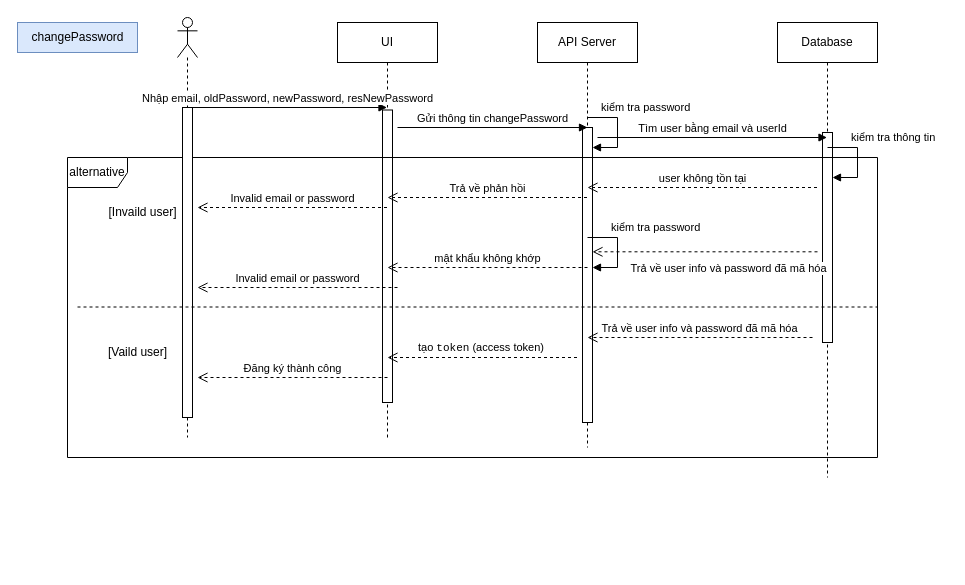
This is changPassword.drawio from letham1612/test.ithub, a draw.io file, before an edit. Source tidied: cells renumbered, new cells numbered last; positions are measured from the earlier drawing's top-left corner, leaving out a move shared by most shapes. Both pictures are drawn from the tidied source at 100%, with x=0, y=0 at pixel (17, 17).
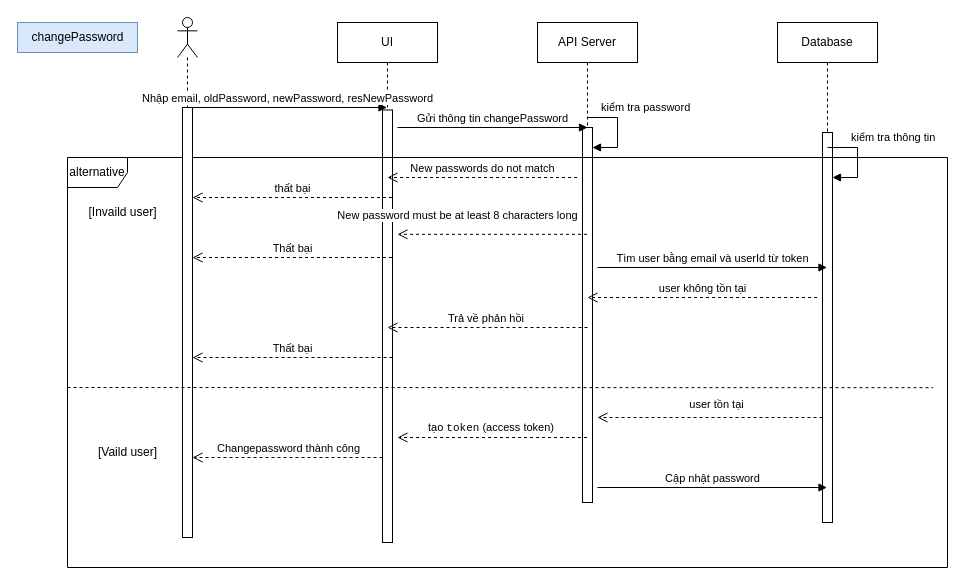
Above is the later version.

Commit message:
Cập nhật changPassword.drawio

Diff of the diagram source:
```diff
@@
     <mxCell id="4" value="UI" style="shape=umlLifeline;perimeter=lifelinePerimeter;whiteSpace=wrap;html=1;outlineConnect=0;portConstraint=eastwest;newEdgeStyle={&quot;curved&quot;:0,&quot;rounded&quot;:0};" parent="1" vertex="1">
-      <mxGeometry x="320" y="5" width="100" height="415" as="geometry" />
+      <mxGeometry x="320" y="5" width="100" height="520" as="geometry" />
     </mxCell>
     <mxCell id="5" style="html=1;perimeter=orthogonalPerimeter;targetShapes=umlLifeline;newEdgeStyle={&quot;curved&quot;:0,&quot;rounded&quot;:0};" parent="4" vertex="1">
-      <mxGeometry x="45" y="87.5" width="10" height="292.5" as="geometry" />
+      <mxGeometry x="45" y="87.5" width="10" height="432.5" as="geometry" />
     </mxCell>
     <mxCell id="6" value="API Server" style="shape=umlLifeline;perimeter=lifelinePerimeter;whiteSpace=wrap;html=1;newEdgeStyle={&quot;curved&quot;:0,&quot;rounded&quot;:0};" parent="1" vertex="1">
-      <mxGeometry x="520" y="5" width="100" height="425" as="geometry" />
+      <mxGeometry x="520" y="5" width="100" height="480" as="geometry" />
     </mxCell>
     <mxCell id="7" style="html=1;perimeter=orthogonalPerimeter;targetShapes=umlLifeline;newEdgeStyle={&quot;curved&quot;:0,&quot;rounded&quot;:0};" parent="6" vertex="1">
-      <mxGeometry x="45" y="105" width="10" height="295" as="geometry" />
+      <mxGeometry x="45" y="105" width="10" height="375" as="geometry" />
     </mxCell>
     <mxCell id="8" value="Database" style="shape=umlLifeline;perimeter=lifelinePerimeter;whiteSpace=wrap;html=1;outlineConnect=0;portConstraint=eastwest;newEdgeStyle={&quot;curved&quot;:0,&quot;rounded&quot;:0};" parent="1" vertex="1">
-      <mxGeometry x="760" y="5" width="100" height="455" as="geometry" />
+      <mxGeometry x="760" y="5" width="100" height="500" as="geometry" />
     </mxCell>
     <mxCell id="9" style="html=1;perimeter=orthogonalPerimeter;targetShapes=umlLifeline;newEdgeStyle={&quot;curved&quot;:0,&quot;rounded&quot;:0};" parent="8" vertex="1">
-      <mxGeometry x="45" y="110" width="10" height="210" as="geometry" />
+      <mxGeometry x="45" y="110" width="10" height="390" as="geometry" />
     </mxCell>
@@
     <mxCell id="12" value="alternative" style="shape=umlFrame;whiteSpace=wrap;html=1;" parent="1" vertex="1">
-      <mxGeometry x="50" y="140" width="810" height="300" as="geometry" />
+      <mxGeometry x="50" y="140" width="880" height="410" as="geometry" />
     </mxCell>
-    <mxCell id="13" value="mật khẩu không khớp" style="html=1;verticalAlign=bottom;endArrow=open;dashed=1;endSize=8;curved=0;rounded=0;" parent="1" edge="1">
+    <mxCell id="13" value="Trả về phản hồi&amp;nbsp;" style="html=1;verticalAlign=bottom;endArrow=open;dashed=1;endSize=8;curved=0;rounded=0;" parent="1" edge="1">
       <mxGeometry relative="1" as="geometry">
-        <mxPoint x="570" y="250" as="sourcePoint" />
-        <mxPoint x="370" y="250" as="targetPoint" />
+        <mxPoint x="570" y="310" as="sourcePoint" />
+        <mxPoint x="370" y="310" as="targetPoint" />
       </mxGeometry>
     </mxCell>
     <mxCell id="14" value="[Invaild user]" style="text;html=1;align=center;verticalAlign=middle;strokeColor=none;fillColor=none;" parent="1" vertex="1">
-      <mxGeometry x="80" y="180" width="90" height="30" as="geometry" />
+      <mxGeometry x="60" y="180" width="90" height="30" as="geometry" />
     </mxCell>
     <mxCell id="15" value="[Vaild user]" style="text;html=1;align=center;verticalAlign=middle;strokeColor=none;fillColor=none;" parent="1" vertex="1">
-      <mxGeometry x="80" y="320" width="80" height="30" as="geometry" />
+      <mxGeometry x="70" y="420" width="80" height="30" as="geometry" />
     </mxCell>
     <mxCell id="16" value="tạo &lt;code&gt;token&lt;/code&gt; (access token)&amp;nbsp;" style="html=1;verticalAlign=bottom;endArrow=open;dashed=1;endSize=8;curved=0;rounded=0;" parent="1" edge="1">
       <mxGeometry relative="1" as="geometry">
-        <mxPoint x="559.5" y="340" as="sourcePoint" />
-        <mxPoint x="370" y="340" as="targetPoint" />
+        <mxPoint x="569.5" y="420" as="sourcePoint" />
+        <mxPoint x="380" y="420" as="targetPoint" />
       </mxGeometry>
     </mxCell>
-    <mxCell id="17" value="Invalid email or password" style="html=1;verticalAlign=bottom;endArrow=open;dashed=1;endSize=8;curved=0;rounded=0;" parent="1" edge="1">
+    <mxCell id="17" value="Thất bại" style="html=1;verticalAlign=bottom;endArrow=open;dashed=1;endSize=8;curved=0;rounded=0;" parent="1" edge="1">
       <mxGeometry relative="1" as="geometry">
-        <mxPoint x="380" y="270" as="sourcePoint" />
-        <mxPoint x="180" y="270" as="targetPoint" />
+        <mxPoint x="375" y="340" as="sourcePoint" />
+        <mxPoint x="175" y="340" as="targetPoint" />
       </mxGeometry>
     </mxCell>
-    <mxCell id="18" value="Đăng ký thành công" style="html=1;verticalAlign=bottom;endArrow=open;dashed=1;endSize=8;curved=0;rounded=0;" parent="1" edge="1">
+    <mxCell id="18" value="Changepassword thành công" style="html=1;verticalAlign=bottom;endArrow=open;dashed=1;endSize=8;curved=0;rounded=0;" parent="1" edge="1">
       <mxGeometry relative="1" as="geometry">
-        <mxPoint x="370" y="360" as="sourcePoint" />
-        <mxPoint x="180" y="360" as="targetPoint" />
+        <mxPoint x="365" y="440" as="sourcePoint" />
+        <mxPoint x="175" y="440" as="targetPoint" />
+        <mxPoint x="1" as="offset" />
       </mxGeometry>
     </mxCell>
@@
-    <mxCell id="20" value="Trả về phản hồi" style="html=1;verticalAlign=bottom;endArrow=open;dashed=1;endSize=8;curved=0;rounded=0;" parent="1" edge="1">
+    <mxCell id="20" value="thất bại" style="html=1;verticalAlign=bottom;endArrow=open;dashed=1;endSize=8;curved=0;rounded=0;" parent="1" edge="1">
       <mxGeometry relative="1" as="geometry">
-        <mxPoint x="569.5" y="180" as="sourcePoint" />
-        <mxPoint x="370" y="180" as="targetPoint" />
+        <mxPoint x="374.5" y="180" as="sourcePoint" />
+        <mxPoint x="175" y="180" as="targetPoint" />
       </mxGeometry>
     </mxCell>
-    <mxCell id="21" value="Invalid email or password" style="html=1;verticalAlign=bottom;endArrow=open;dashed=1;endSize=8;curved=0;rounded=0;" parent="1" edge="1">
+    <mxCell id="21" value="New passwords do not match" style="html=1;verticalAlign=bottom;endArrow=open;dashed=1;endSize=8;curved=0;rounded=0;" parent="1" edge="1">
       <mxGeometry relative="1" as="geometry">
-        <mxPoint x="369.5" y="190" as="sourcePoint" />
-        <mxPoint x="180" y="190" as="targetPoint" />
+        <mxPoint x="559.5" y="160" as="sourcePoint" />
+        <mxPoint x="370" y="160" as="targetPoint" />
       </mxGeometry>
     </mxCell>
-    <mxCell id="22" value="&lt;span class=&quot;hljs-selector-tag&quot;&gt;Tr&lt;/span&gt;ả &lt;span class=&quot;hljs-selector-tag&quot;&gt;v&lt;/span&gt;ề &lt;span class=&quot;hljs-selector-tag&quot;&gt;user&lt;/span&gt; &lt;span class=&quot;hljs-selector-tag&quot;&gt;info&lt;/span&gt; &lt;span class=&quot;hljs-selector-tag&quot;&gt;v&lt;/span&gt;à &lt;span class=&quot;hljs-selector-tag&quot;&gt;password&lt;/span&gt; đã &lt;span class=&quot;hljs-selector-tag&quot;&gt;m&lt;/span&gt;ã &lt;span class=&quot;hljs-selector-tag&quot;&gt;h&lt;/span&gt;ó&lt;span class=&quot;hljs-selector-tag&quot;&gt;a&lt;/span&gt;" style="html=1;verticalAlign=bottom;endArrow=open;dashed=1;endSize=8;curved=0;rounded=0;" parent="1" edge="1">
-      <mxGeometry x="-0.2" y="26" relative="1" as="geometry">
-        <mxPoint x="800" y="234.3" as="sourcePoint" />
-        <mxPoint x="575" y="234.3" as="targetPoint" />
-        <mxPoint x="1" as="offset" />
+    <mxCell id="22" value="user tồn tại" style="html=1;verticalAlign=bottom;endArrow=open;dashed=1;endSize=8;curved=0;rounded=0;" parent="1" edge="1">
+      <mxGeometry x="-0.07" y="-4" relative="1" as="geometry">
+        <mxPoint x="805" y="400" as="sourcePoint" />
+        <mxPoint x="580" y="400" as="targetPoint" />
+        <mxPoint x="-1" as="offset" />
       </mxGeometry>
     </mxCell>
     <mxCell id="23" style="html=1;perimeter=orthogonalPerimeter;targetShapes=umlLifeline;newEdgeStyle={&quot;curved&quot;:0,&quot;rounded&quot;:0};" parent="1" vertex="1">
-      <mxGeometry x="165" y="90" width="10" height="310" as="geometry" />
+      <mxGeometry x="165" y="90" width="10" height="430" as="geometry" />
     </mxCell>
-    <mxCell id="24" style="endArrow=none;dashed=1;html=1;rounded=0;exitX=0.005;exitY=0.601;exitDx=0;exitDy=0;exitPerimeter=0;" parent="1" edge="1">
+    <mxCell id="24" style="endArrow=none;dashed=1;html=1;rounded=0;exitX=0.005;exitY=0.601;exitDx=0;exitDy=0;exitPerimeter=0;entryX=0.995;entryY=0.537;entryDx=0;entryDy=0;entryPerimeter=0;" parent="1" edge="1">
       <mxGeometry relative="1" as="geometry">
-        <mxPoint x="60" y="289.5" as="sourcePoint" />
-        <mxPoint x="860" y="289.5" as="targetPoint" />
+        <mxPoint x="50" y="370" as="sourcePoint" />
+        <mxPoint x="915.6" y="370.2" as="targetPoint" />
       </mxGeometry>
     </mxCell>
-    <mxCell id="25" value="&lt;span class=&quot;hljs-selector-tag&quot;&gt;T&lt;/span&gt;ì&lt;span class=&quot;hljs-selector-tag&quot;&gt;m&lt;/span&gt; &lt;span class=&quot;hljs-selector-tag&quot;&gt;user&lt;/span&gt; &lt;span class=&quot;hljs-selector-tag&quot;&gt;b&lt;/span&gt;ằ&lt;span class=&quot;hljs-selector-tag&quot;&gt;ng&lt;/span&gt; &lt;span class=&quot;hljs-selector-tag&quot;&gt;email&lt;/span&gt; &lt;span class=&quot;hljs-selector-tag&quot;&gt;v&lt;/span&gt;à &lt;span class=&quot;hljs-selector-tag&quot;&gt;userId&lt;/span&gt;" style="html=1;verticalAlign=bottom;endArrow=block;curved=0;rounded=0;" parent="1" edge="1" target="8">
+    <mxCell id="25" value="&lt;span class=&quot;hljs-selector-tag&quot;&gt;T&lt;/span&gt;ì&lt;span class=&quot;hljs-selector-tag&quot;&gt;m&lt;/span&gt; &lt;span class=&quot;hljs-selector-tag&quot;&gt;user&lt;/span&gt; &lt;span class=&quot;hljs-selector-tag&quot;&gt;b&lt;/span&gt;ằ&lt;span class=&quot;hljs-selector-tag&quot;&gt;ng&lt;/span&gt; &lt;span class=&quot;hljs-selector-tag&quot;&gt;email&lt;/span&gt; &lt;span class=&quot;hljs-selector-tag&quot;&gt;v&lt;/span&gt;à &lt;span class=&quot;hljs-selector-tag&quot;&gt;userId từ token&lt;/span&gt;" style="html=1;verticalAlign=bottom;endArrow=block;curved=0;rounded=0;" parent="1" edge="1">
       <mxGeometry relative="1" as="geometry">
-        <mxPoint x="580" y="120" as="sourcePoint" />
+        <mxPoint x="580" y="250" as="sourcePoint" />
+        <mxPoint x="809.5" y="250" as="targetPoint" />
       </mxGeometry>
     </mxCell>
     <mxCell id="26" value="user không tồn tại" style="html=1;verticalAlign=bottom;endArrow=open;dashed=1;endSize=8;curved=0;rounded=0;" parent="1" edge="1">
       <mxGeometry relative="1" as="geometry">
-        <mxPoint x="799.5" y="170" as="sourcePoint" />
-        <mxPoint x="570" y="170" as="targetPoint" />
+        <mxPoint x="799.5" y="280" as="sourcePoint" />
+        <mxPoint x="570" y="280" as="targetPoint" />
       </mxGeometry>
     </mxCell>
-    <mxCell id="27" value="kiểm tra password" style="html=1;align=left;spacingLeft=2;endArrow=block;rounded=0;edgeStyle=orthogonalEdgeStyle;curved=0;rounded=0;" parent="1" edge="1">
-      <mxGeometry x="-0.53" y="10" relative="1" as="geometry">
-        <mxPoint x="570" y="220" as="sourcePoint" />
-        <mxPoint x="575" y="250" as="targetPoint" />
-        <Array as="points">
-          <mxPoint x="600" y="250" />
-        </Array>
-      </mxGeometry>
-    </mxCell>
-    <mxCell id="28" value="&lt;span class=&quot;hljs-selector-tag&quot;&gt;Tr&lt;/span&gt;ả &lt;span class=&quot;hljs-selector-tag&quot;&gt;v&lt;/span&gt;ề &lt;span class=&quot;hljs-selector-tag&quot;&gt;user&lt;/span&gt; &lt;span class=&quot;hljs-selector-tag&quot;&gt;info&lt;/span&gt; &lt;span class=&quot;hljs-selector-tag&quot;&gt;v&lt;/span&gt;à &lt;span class=&quot;hljs-selector-tag&quot;&gt;password&lt;/span&gt; đã &lt;span class=&quot;hljs-selector-tag&quot;&gt;m&lt;/span&gt;ã &lt;span class=&quot;hljs-selector-tag&quot;&gt;h&lt;/span&gt;ó&lt;span class=&quot;hljs-selector-tag&quot;&gt;a&lt;/span&gt;" style="html=1;verticalAlign=bottom;endArrow=open;dashed=1;endSize=8;curved=0;rounded=0;" parent="1" edge="1">
-      <mxGeometry relative="1" as="geometry">
-        <mxPoint x="795" y="320" as="sourcePoint" />
-        <mxPoint x="570" y="320" as="targetPoint" />
-      </mxGeometry>
-    </mxCell>
@@
+    <mxCell id="30" value="New password must be at least 8 characters long" style="html=1;verticalAlign=bottom;endArrow=open;dashed=1;endSize=8;curved=0;rounded=0;" parent="1" edge="1">
+      <mxGeometry x="0.37" y="-10" relative="1" as="geometry">
+        <mxPoint x="569.5" y="216.8" as="sourcePoint" />
+        <mxPoint x="380" y="216.8" as="targetPoint" />
+      </mxGeometry>
+    </mxCell>
+    <mxCell id="31" value="Thất bại" style="html=1;verticalAlign=bottom;endArrow=open;dashed=1;endSize=8;curved=0;rounded=0;" parent="1" edge="1">
+      <mxGeometry relative="1" as="geometry">
+        <mxPoint x="374.5" y="240" as="sourcePoint" />
+        <mxPoint x="175" y="240" as="targetPoint" />
+      </mxGeometry>
+    </mxCell>
+    <mxCell id="32" value="Cập nhật password" style="html=1;verticalAlign=bottom;endArrow=block;curved=0;rounded=0;" parent="1" edge="1">
+      <mxGeometry relative="1" as="geometry">
+        <mxPoint x="580" y="470" as="sourcePoint" />
+        <mxPoint x="809.5" y="470" as="targetPoint" />
+      </mxGeometry>
+    </mxCell>
```
